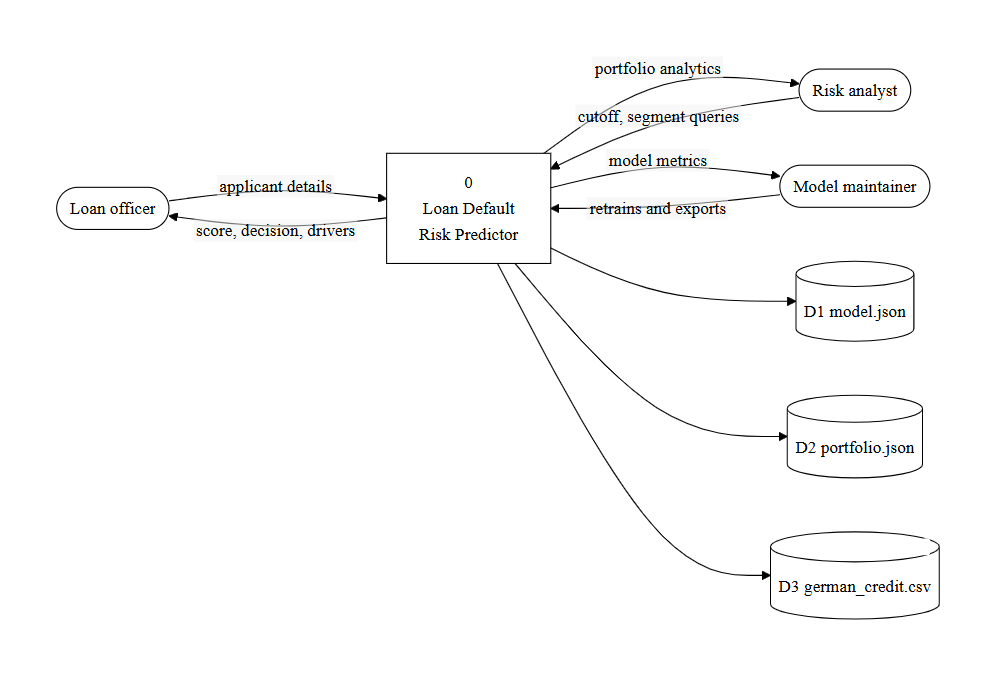
Before: report/assets/figures/fig-3-4-dfd0.png, a diagram exported from Mermaid (gursimrannkaurr/credoscore). Its source is kept beside it as report/diagrams/fig-3-4-dfd0.mmd.
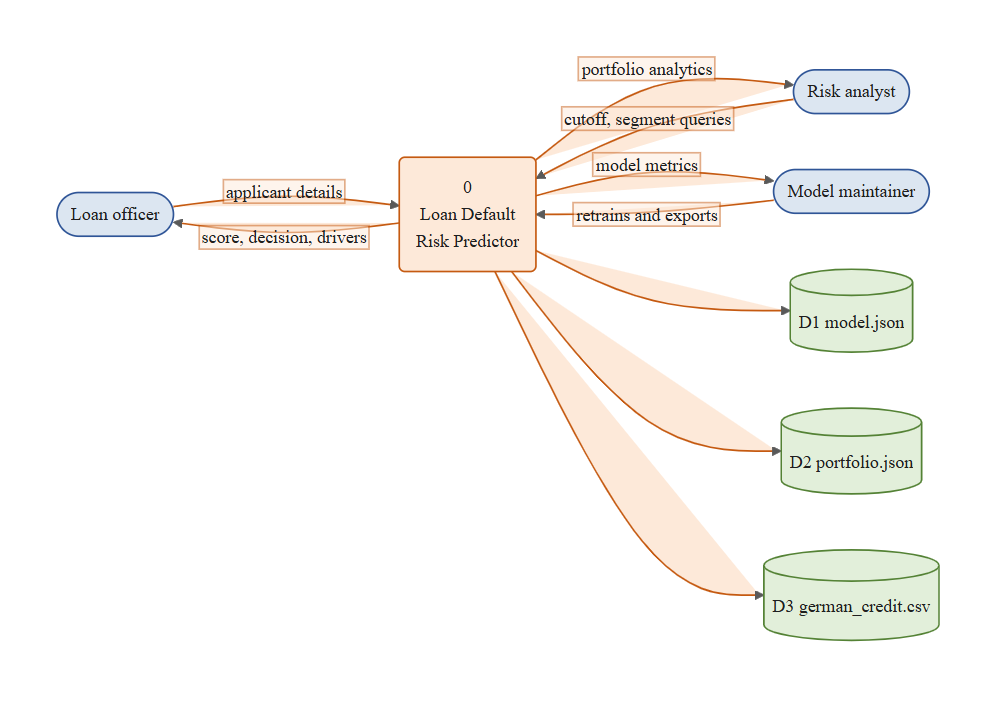
Above is the later version.

The edit, as a diff of the source:
```diff
@@ -3,7 +3,7 @@
     RA(["Risk analyst"])
     MM(["Model maintainer"])
 
-    SYS["0<br/>Loan Default<br/>Risk Predictor"]
+    SYS("0<br/>Loan Default<br/>Risk Predictor")
 
     D1[("D1 model.json")]
     D2[("D2 portfolio.json")]
@@ -21,3 +21,11 @@
     SYS --- D1
     SYS --- D2
     SYS --- D3
+
+    classDef root fill:#FDE9D9,stroke:#C55A11,stroke-width:1.5px;
+    classDef mid fill:#DCE6F1,stroke:#2F5597,stroke-width:1.5px;
+    classDef leaf fill:#E2EFDA,stroke:#548235,stroke-width:1.5px;
+
+    class LO,RA,MM mid
+    class SYS root
+    class D1,D2,D3 leaf
```
